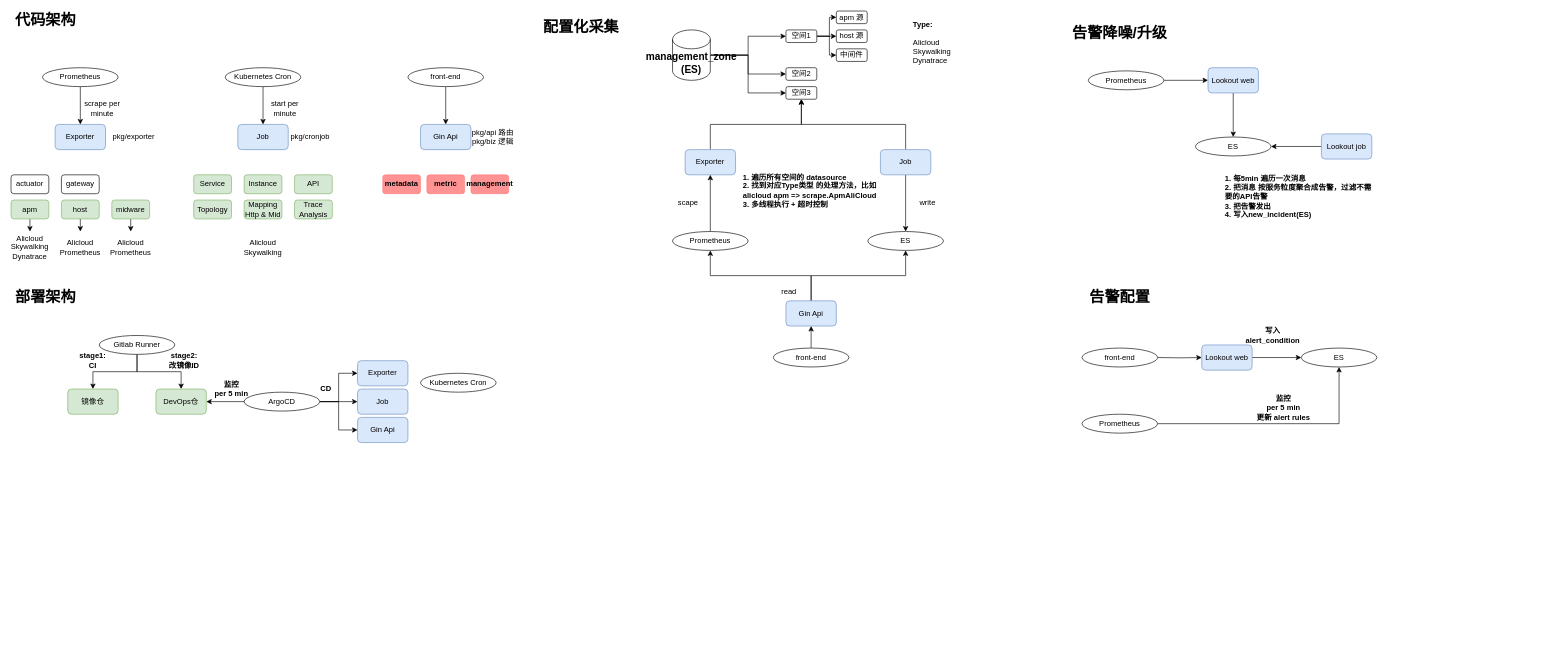
Earlier version of the draw.io diagram page "代码结构" (8 of 9) of Sre-Pilot.drawio (Allen9797/WorkZone). Source tidied: cells renumbered, new cells numbered last; positions are measured from the earlier drawing's top-left corner, leaving out a move shared by most shapes. Both pictures are drawn from the tidied source at 63%, with x=0, y=0 at pixel (11, 11).
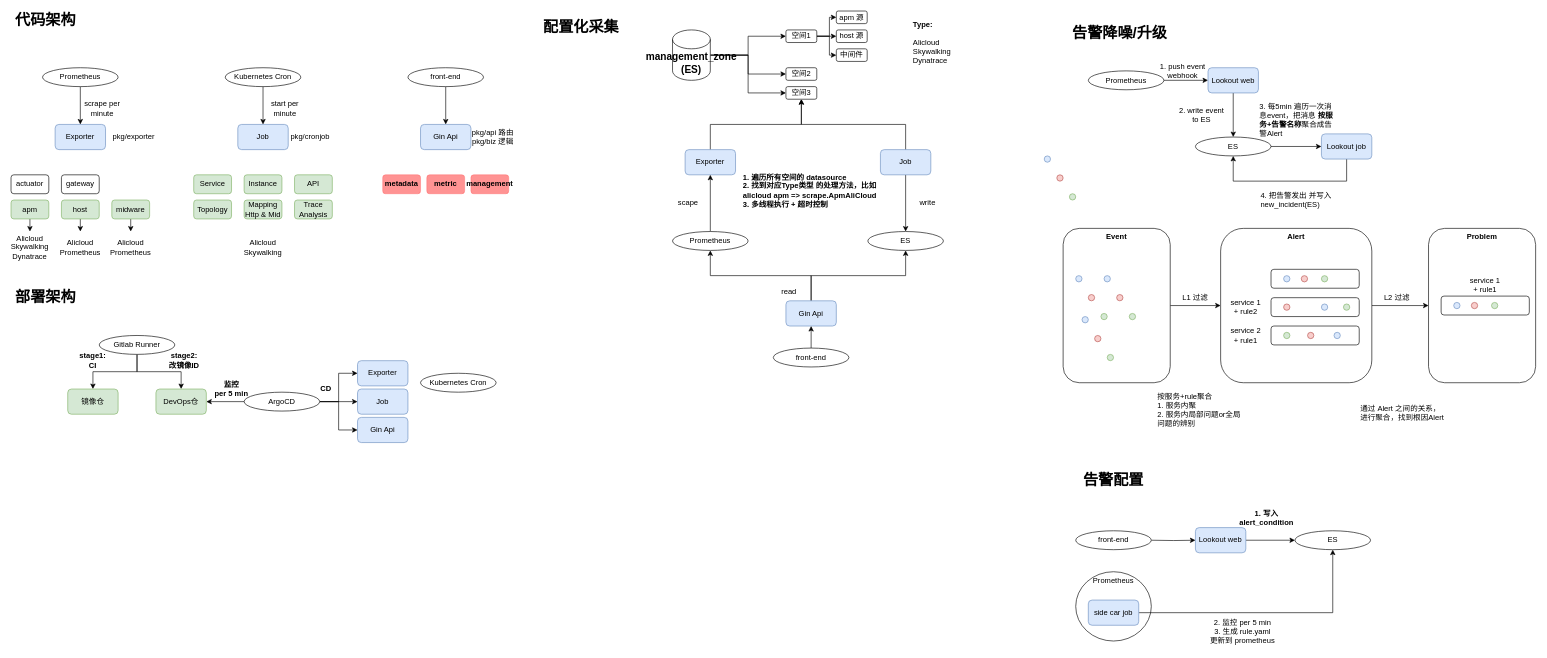
Above is the later version.

The change refers to these unchanged cells:
```xml
<mxCell id="92" value="ES" style="ellipse;whiteSpace=wrap;html=1;" parent="1" vertex="1">
  <mxGeometry x="1880" y="200" width="120" height="30" as="geometry" />
</mxCell>
<mxCell id="96" value="Lookout job" style="rounded=1;whiteSpace=wrap;html=1;fillColor=#dae8fc;strokeColor=#6c8ebf;fontStyle=0;" parent="1" vertex="1">
  <mxGeometry x="2080" y="195" width="80" height="40" as="geometry" />
</mxCell>
```

What changed in the source:
```diff
@@
+    <mxCell id="108" style="edgeStyle=orthogonalEdgeStyle;rounded=0;jettySize=auto;html=1;exitX=1;exitY=0.5;exitDx=0;exitDy=0;entryX=0;entryY=0.5;entryDx=0;entryDy=0;" parent="1" edge="1" source="92" target="96">
+      <mxGeometry relative="1" as="geometry" />
+    </mxCell>
@@
-    <mxCell id="95" style="edgeStyle=orthogonalEdgeStyle;rounded=0;jettySize=auto;html=1;exitX=0;exitY=0.5;exitDx=0;exitDy=0;entryX=1;entryY=0.5;entryDx=0;entryDy=0;" parent="1" edge="1" source="96" target="92">
-      <mxGeometry relative="1" as="geometry" />
+    <mxCell id="95" style="edgeStyle=orthogonalEdgeStyle;rounded=0;jettySize=auto;html=1;exitX=0.5;exitY=1;exitDx=0;exitDy=0;entryX=0.5;entryY=1;entryDx=0;entryDy=0;" parent="1" edge="1" source="96" target="92">
+      <mxGeometry relative="1" as="geometry">
+        <Array as="points">
+          <mxPoint x="2120" y="270" />
+          <mxPoint x="1940" y="270" />
+        </Array>
+      </mxGeometry>
     </mxCell>
@@
-    <mxCell id="97" value="1. 每5min 遍历一次消息&lt;div&gt;2. 把消息 按服务粒度聚合成告警，过滤不需要的API告警&lt;/div&gt;&lt;div&gt;3. 把告警发出&lt;/div&gt;&lt;div&gt;4. 写入new_incident(&lt;span style=&quot;background-color: initial;&quot;&gt;ES&lt;/span&gt;&lt;span style=&quot;background-color: initial;&quot;&gt;)&lt;/span&gt;&lt;/div&gt;" style="text;html=1;align=left;verticalAlign=middle;whiteSpace=wrap;rounded=0;fontStyle=1;" parent="1" vertex="1">
-      <mxGeometry x="1925" y="260" width="235" height="70" as="geometry" />
+    <mxCell id="97" value="3. 每5min 遍历一次消息event，把消息 &lt;b&gt;按服务+告警名称&lt;/b&gt;聚合成告警Alert" style="text;html=1;align=left;verticalAlign=middle;whiteSpace=wrap;rounded=0;fontStyle=0;" parent="1" vertex="1">
+      <mxGeometry x="1980" y="145" width="120" height="55" as="geometry" />
     </mxCell>
     <mxCell id="98" value="告警配置" style="text;html=1;align=center;verticalAlign=middle;whiteSpace=wrap;rounded=0;fontStyle=1;fontSize=24;" parent="1" vertex="1">
-      <mxGeometry x="1700" y="440" width="120" height="30" as="geometry" />
+      <mxGeometry x="1690" y="730" width="120" height="30" as="geometry" />
     </mxCell>
     <mxCell id="99" style="edgeStyle=orthogonalEdgeStyle;rounded=0;jettySize=auto;html=1;exitX=1;exitY=0.5;exitDx=0;exitDy=0;entryX=0;entryY=0.5;entryDx=0;entryDy=0;" parent="1" edge="1" target="102">
       <mxGeometry relative="1" as="geometry">
-        <mxPoint x="1820" y="550" as="sourcePoint" />
+        <mxPoint x="1810" y="840" as="sourcePoint" />
       </mxGeometry>
     </mxCell>
     <mxCell id="100" value="ES" style="ellipse;whiteSpace=wrap;html=1;" parent="1" vertex="1">
-      <mxGeometry x="2048" y="535" width="120" height="30" as="geometry" />
+      <mxGeometry x="2038" y="825" width="120" height="30" as="geometry" />
     </mxCell>
@@
     <mxCell id="102" value="Lookout web" style="rounded=1;whiteSpace=wrap;html=1;fillColor=#dae8fc;strokeColor=#6c8ebf;fontStyle=0;" parent="1" vertex="1">
-      <mxGeometry x="1890" y="530" width="80" height="40" as="geometry" />
+      <mxGeometry x="1880" y="820" width="80" height="40" as="geometry" />
     </mxCell>
     <mxCell id="103" value="front-end" style="ellipse;whiteSpace=wrap;html=1;" parent="1" vertex="1">
-      <mxGeometry x="1700" y="535" width="120" height="30" as="geometry" />
+      <mxGeometry x="1690" y="825" width="120" height="30" as="geometry" />
     </mxCell>
-    <mxCell id="104" style="edgeStyle=orthogonalEdgeStyle;rounded=0;jettySize=auto;html=1;exitX=1;exitY=0.5;exitDx=0;exitDy=0;entryX=0.5;entryY=1;entryDx=0;entryDy=0;" parent="1" edge="1" source="105" target="100">
-      <mxGeometry relative="1" as="geometry" />
-    </mxCell>
-    <mxCell id="105" value="Prometheus" style="ellipse;whiteSpace=wrap;html=1;" parent="1" vertex="1">
-      <mxGeometry x="1700" y="640" width="120" height="30" as="geometry" />
+    <mxCell id="105" value="Prometheus" style="ellipse;whiteSpace=wrap;html=1;verticalAlign=top;" parent="1" vertex="1">
+      <mxGeometry x="1690" y="890" width="120" height="110" as="geometry" />
     </mxCell>
-    <mxCell id="106" value="监控&lt;div&gt;per 5 min&lt;/div&gt;&lt;div&gt;更新 alert rules&lt;/div&gt;" style="text;html=1;align=center;verticalAlign=middle;whiteSpace=wrap;rounded=0;fontStyle=1;" parent="1" vertex="1">
-      <mxGeometry x="1970" y="605" width="100" height="50" as="geometry" />
+    <mxCell id="106" value="&lt;div&gt;2. 监控&amp;nbsp;&lt;span style=&quot;background-color: initial;&quot;&gt;per 5 min&lt;/span&gt;&lt;/div&gt;&lt;div&gt;3. 生成 rule.yaml&lt;/div&gt;&lt;div&gt;更新到 prometheus&lt;/div&gt;" style="text;html=1;align=center;verticalAlign=middle;whiteSpace=wrap;rounded=0;fontStyle=0;" parent="1" vertex="1">
+      <mxGeometry x="1880" y="960" width="150" height="50" as="geometry" />
     </mxCell>
-    <mxCell id="107" value="写入&lt;div&gt;alert_condition&lt;/div&gt;" style="text;html=1;align=center;verticalAlign=middle;whiteSpace=wrap;rounded=0;fontStyle=1;" parent="1" vertex="1">
-      <mxGeometry x="1958" y="500" width="90" height="30" as="geometry" />
+    <mxCell id="107" value="1. 写入&lt;div&gt;alert_condition&lt;/div&gt;" style="text;html=1;align=center;verticalAlign=middle;whiteSpace=wrap;rounded=0;fontStyle=1;" parent="1" vertex="1">
+      <mxGeometry x="1948" y="790" width="90" height="30" as="geometry" />
     </mxCell>
+    <mxCell id="109" value="&lt;div&gt;1. push event&lt;/div&gt;webhook" style="text;html=1;align=center;verticalAlign=middle;whiteSpace=wrap;rounded=0;" parent="1" vertex="1">
+      <mxGeometry x="1820" y="80" width="80" height="30" as="geometry" />
+    </mxCell>
+    <mxCell id="110" value="2. write event to ES&lt;div&gt;&lt;/div&gt;" style="text;html=1;align=center;verticalAlign=middle;whiteSpace=wrap;rounded=0;" parent="1" vertex="1">
+      <mxGeometry x="1850" y="150" width="80" height="30" as="geometry" />
+    </mxCell>
+    <mxCell id="111" value="&lt;div style=&quot;text-align: left; text-wrap: wrap;&quot;&gt;&lt;br&gt;&lt;/div&gt;" style="text;html=1;align=center;verticalAlign=middle;strokeColor=none;fillColor=none;" parent="1" vertex="1">
+      <mxGeometry x="1820" y="305" width="20" height="30" as="geometry" />
+    </mxCell>
+    <mxCell id="112" value="&lt;div style=&quot;text-align: left;&quot;&gt;&lt;span style=&quot;background-color: initial;&quot;&gt;4. 把告警发出 并&lt;/span&gt;&lt;span style=&quot;background-color: initial;&quot;&gt;写入&lt;/span&gt;&lt;/div&gt;&lt;div style=&quot;text-align: left;&quot;&gt;&lt;span style=&quot;background-color: initial;&quot;&gt;new_incident(&lt;span style=&quot;background-color: initial;&quot;&gt;ES&lt;/span&gt;&lt;span style=&quot;background-color: initial;&quot;&gt;)&lt;/span&gt;&lt;/span&gt;&lt;/div&gt;" style="text;html=1;align=center;verticalAlign=middle;whiteSpace=wrap;rounded=0;fontStyle=0;" parent="1" vertex="1">
+      <mxGeometry x="1980" y="280" width="120" height="40" as="geometry" />
+    </mxCell>
+    <mxCell id="113" style="edgeStyle=orthogonalEdgeStyle;rounded=0;jettySize=auto;html=1;exitX=1;exitY=0.5;exitDx=0;exitDy=0;entryX=0.5;entryY=1;entryDx=0;entryDy=0;" parent="1" edge="1" source="114" target="100">
+      <mxGeometry relative="1" as="geometry" />
+    </mxCell>
+    <mxCell id="114" value="side car job" style="rounded=1;whiteSpace=wrap;html=1;fillColor=#dae8fc;strokeColor=#6c8ebf;fontStyle=0;" parent="1" vertex="1">
+      <mxGeometry x="1710" y="935" width="80" height="40" as="geometry" />
+    </mxCell>
+    <mxCell id="115" style="edgeStyle=orthogonalEdgeStyle;rounded=0;jettySize=auto;html=1;exitX=1;exitY=0.5;exitDx=0;exitDy=0;" parent="1" edge="1" source="116" target="118">
+      <mxGeometry relative="1" as="geometry" />
+    </mxCell>
+    <mxCell id="116" value="Event" style="rounded=1;whiteSpace=wrap;html=1;verticalAlign=top;fontStyle=1;" parent="1" vertex="1">
+      <mxGeometry x="1670" y="345" width="170" height="245" as="geometry" />
+    </mxCell>
+    <mxCell id="117" style="edgeStyle=orthogonalEdgeStyle;rounded=0;jettySize=auto;html=1;exitX=1;exitY=0.5;exitDx=0;exitDy=0;" parent="1" edge="1" source="118" target="119">
+      <mxGeometry relative="1" as="geometry" />
+    </mxCell>
+    <mxCell id="118" value="Alert" style="rounded=1;whiteSpace=wrap;html=1;verticalAlign=top;fontStyle=1;" parent="1" vertex="1">
+      <mxGeometry x="1920" y="345" width="240" height="245" as="geometry" />
+    </mxCell>
+    <mxCell id="119" value="Problem" style="rounded=1;whiteSpace=wrap;html=1;verticalAlign=top;fontStyle=1;" parent="1" vertex="1">
+      <mxGeometry x="2250" y="345" width="170" height="245" as="geometry" />
+    </mxCell>
+    <mxCell id="120" value="L1 过滤" style="text;html=1;align=center;verticalAlign=middle;whiteSpace=wrap;rounded=0;" parent="1" vertex="1">
+      <mxGeometry x="1850" y="440" width="60" height="30" as="geometry" />
+    </mxCell>
+    <mxCell id="121" value="L2 过滤" style="text;html=1;align=center;verticalAlign=middle;whiteSpace=wrap;rounded=0;" parent="1" vertex="1">
+      <mxGeometry x="2170" y="440" width="60" height="30" as="geometry" />
+    </mxCell>
+    <mxCell id="122" style="ellipse;whiteSpace=wrap;html=1;fillColor=#dae8fc;strokeColor=#6c8ebf;" parent="1" vertex="1">
+      <mxGeometry x="1640" y="230" width="10" height="10" as="geometry" />
+    </mxCell>
+    <mxCell id="123" style="ellipse;whiteSpace=wrap;html=1;fillColor=#f8cecc;strokeColor=#b85450;" parent="1" vertex="1">
+      <mxGeometry x="1660" y="260" width="10" height="10" as="geometry" />
+    </mxCell>
+    <mxCell id="124" style="ellipse;whiteSpace=wrap;html=1;fillColor=#d5e8d4;strokeColor=#82b366;" parent="1" vertex="1">
+      <mxGeometry x="1680" y="290" width="10" height="10" as="geometry" />
+    </mxCell>
+    <mxCell id="125" style="ellipse;whiteSpace=wrap;html=1;fillColor=#dae8fc;strokeColor=#6c8ebf;" parent="1" vertex="1">
+      <mxGeometry x="1690" y="420" width="10" height="10" as="geometry" />
+    </mxCell>
+    <mxCell id="126" style="ellipse;whiteSpace=wrap;html=1;fillColor=#f8cecc;strokeColor=#b85450;" parent="1" vertex="1">
+      <mxGeometry x="1710" y="450" width="10" height="10" as="geometry" />
+    </mxCell>
+    <mxCell id="127" style="ellipse;whiteSpace=wrap;html=1;fillColor=#d5e8d4;strokeColor=#82b366;" parent="1" vertex="1">
+      <mxGeometry x="1730" y="480" width="10" height="10" as="geometry" />
+    </mxCell>
+    <mxCell id="128" style="ellipse;whiteSpace=wrap;html=1;fillColor=#dae8fc;strokeColor=#6c8ebf;" parent="1" vertex="1">
+      <mxGeometry x="1735" y="420" width="10" height="10" as="geometry" />
+    </mxCell>
+    <mxCell id="129" style="ellipse;whiteSpace=wrap;html=1;fillColor=#f8cecc;strokeColor=#b85450;" parent="1" vertex="1">
+      <mxGeometry x="1755" y="450" width="10" height="10" as="geometry" />
+    </mxCell>
+    <mxCell id="130" style="ellipse;whiteSpace=wrap;html=1;fillColor=#d5e8d4;strokeColor=#82b366;" parent="1" vertex="1">
+      <mxGeometry x="1775" y="480" width="10" height="10" as="geometry" />
+    </mxCell>
+    <mxCell id="131" style="ellipse;whiteSpace=wrap;html=1;fillColor=#dae8fc;strokeColor=#6c8ebf;" parent="1" vertex="1">
+      <mxGeometry x="1700" y="485" width="10" height="10" as="geometry" />
+    </mxCell>
+    <mxCell id="132" style="ellipse;whiteSpace=wrap;html=1;fillColor=#f8cecc;strokeColor=#b85450;" parent="1" vertex="1">
+      <mxGeometry x="1720" y="515" width="10" height="10" as="geometry" />
+    </mxCell>
+    <mxCell id="133" style="ellipse;whiteSpace=wrap;html=1;fillColor=#d5e8d4;strokeColor=#82b366;" parent="1" vertex="1">
+      <mxGeometry x="1740" y="545" width="10" height="10" as="geometry" />
+    </mxCell>
+    <mxCell id="134" style="rounded=1;whiteSpace=wrap;html=1;" parent="1" vertex="1">
+      <mxGeometry x="2000" y="410" width="140" height="30" as="geometry" />
+    </mxCell>
+    <mxCell id="135" style="rounded=1;whiteSpace=wrap;html=1;" parent="1" vertex="1">
+      <mxGeometry x="2000" y="455" width="140" height="30" as="geometry" />
+    </mxCell>
+    <mxCell id="136" style="rounded=1;whiteSpace=wrap;html=1;" parent="1" vertex="1">
+      <mxGeometry x="2000" y="500" width="140" height="30" as="geometry" />
+    </mxCell>
+    <mxCell id="137" value="service 1 + rule1" style="text;html=1;align=center;verticalAlign=middle;whiteSpace=wrap;rounded=0;" parent="1" vertex="1">
+      <mxGeometry x="2310" y="420" width="60" height="30" as="geometry" />
+    </mxCell>
+    <mxCell id="138" value="service 1 + rule2" style="text;html=1;align=center;verticalAlign=middle;whiteSpace=wrap;rounded=0;" parent="1" vertex="1">
+      <mxGeometry x="1930" y="455" width="60" height="30" as="geometry" />
+    </mxCell>
+    <mxCell id="139" value="service 2 + rule1" style="text;html=1;align=center;verticalAlign=middle;whiteSpace=wrap;rounded=0;" parent="1" vertex="1">
+      <mxGeometry x="1930" y="500" width="60" height="30" as="geometry" />
+    </mxCell>
+    <mxCell id="140" value="按服务+rule聚合&lt;div&gt;1. 服务内聚&lt;/div&gt;&lt;div&gt;2. 服务内局部问题or全局问题的辨别&lt;/div&gt;" style="text;html=1;align=left;verticalAlign=middle;whiteSpace=wrap;rounded=0;" parent="1" vertex="1">
+      <mxGeometry x="1818" y="595" width="140" height="75" as="geometry" />
+    </mxCell>
+    <mxCell id="141" style="ellipse;whiteSpace=wrap;html=1;fillColor=#dae8fc;strokeColor=#6c8ebf;" parent="1" vertex="1">
+      <mxGeometry x="2020" y="420" width="10" height="10" as="geometry" />
+    </mxCell>
+    <mxCell id="142" style="ellipse;whiteSpace=wrap;html=1;fillColor=#f8cecc;strokeColor=#b85450;" parent="1" vertex="1">
+      <mxGeometry x="2048" y="420" width="10" height="10" as="geometry" />
+    </mxCell>
+    <mxCell id="143" style="ellipse;whiteSpace=wrap;html=1;fillColor=#d5e8d4;strokeColor=#82b366;" parent="1" vertex="1">
+      <mxGeometry x="2080" y="420" width="10" height="10" as="geometry" />
+    </mxCell>
+    <mxCell id="144" style="ellipse;whiteSpace=wrap;html=1;fillColor=#d5e8d4;strokeColor=#82b366;" parent="1" vertex="1">
+      <mxGeometry x="2115" y="465" width="10" height="10" as="geometry" />
+    </mxCell>
+    <mxCell id="145" style="ellipse;whiteSpace=wrap;html=1;fillColor=#d5e8d4;strokeColor=#82b366;" parent="1" vertex="1">
+      <mxGeometry x="2020" y="510" width="10" height="10" as="geometry" />
+    </mxCell>
+    <mxCell id="146" style="ellipse;whiteSpace=wrap;html=1;fillColor=#dae8fc;strokeColor=#6c8ebf;" parent="1" vertex="1">
+      <mxGeometry x="2080" y="465" width="10" height="10" as="geometry" />
+    </mxCell>
+    <mxCell id="147" style="ellipse;whiteSpace=wrap;html=1;fillColor=#dae8fc;strokeColor=#6c8ebf;" parent="1" vertex="1">
+      <mxGeometry x="2100" y="510" width="10" height="10" as="geometry" />
+    </mxCell>
+    <mxCell id="148" style="ellipse;whiteSpace=wrap;html=1;fillColor=#f8cecc;strokeColor=#b85450;" parent="1" vertex="1">
+      <mxGeometry x="2020" y="465" width="10" height="10" as="geometry" />
+    </mxCell>
+    <mxCell id="149" style="ellipse;whiteSpace=wrap;html=1;fillColor=#f8cecc;strokeColor=#b85450;" parent="1" vertex="1">
+      <mxGeometry x="2058" y="510" width="10" height="10" as="geometry" />
+    </mxCell>
+    <mxCell id="150" value="通过 Alert 之间的关系，进行聚合，找到根因Alert" style="text;html=1;align=left;verticalAlign=middle;whiteSpace=wrap;rounded=0;" parent="1" vertex="1">
+      <mxGeometry x="2140" y="600" width="140" height="75" as="geometry" />
+    </mxCell>
+    <mxCell id="151" style="rounded=1;whiteSpace=wrap;html=1;" parent="1" vertex="1">
+      <mxGeometry x="2270" y="452.5" width="140" height="30" as="geometry" />
+    </mxCell>
+    <mxCell id="152" style="ellipse;whiteSpace=wrap;html=1;fillColor=#dae8fc;strokeColor=#6c8ebf;" parent="1" vertex="1">
+      <mxGeometry x="2290" y="462.5" width="10" height="10" as="geometry" />
+    </mxCell>
+    <mxCell id="153" style="ellipse;whiteSpace=wrap;html=1;fillColor=#f8cecc;strokeColor=#b85450;" parent="1" vertex="1">
+      <mxGeometry x="2318" y="462.5" width="10" height="10" as="geometry" />
+    </mxCell>
+    <mxCell id="154" style="ellipse;whiteSpace=wrap;html=1;fillColor=#d5e8d4;strokeColor=#82b366;" parent="1" vertex="1">
+      <mxGeometry x="2350" y="462.5" width="10" height="10" as="geometry" />
+    </mxCell>
```
